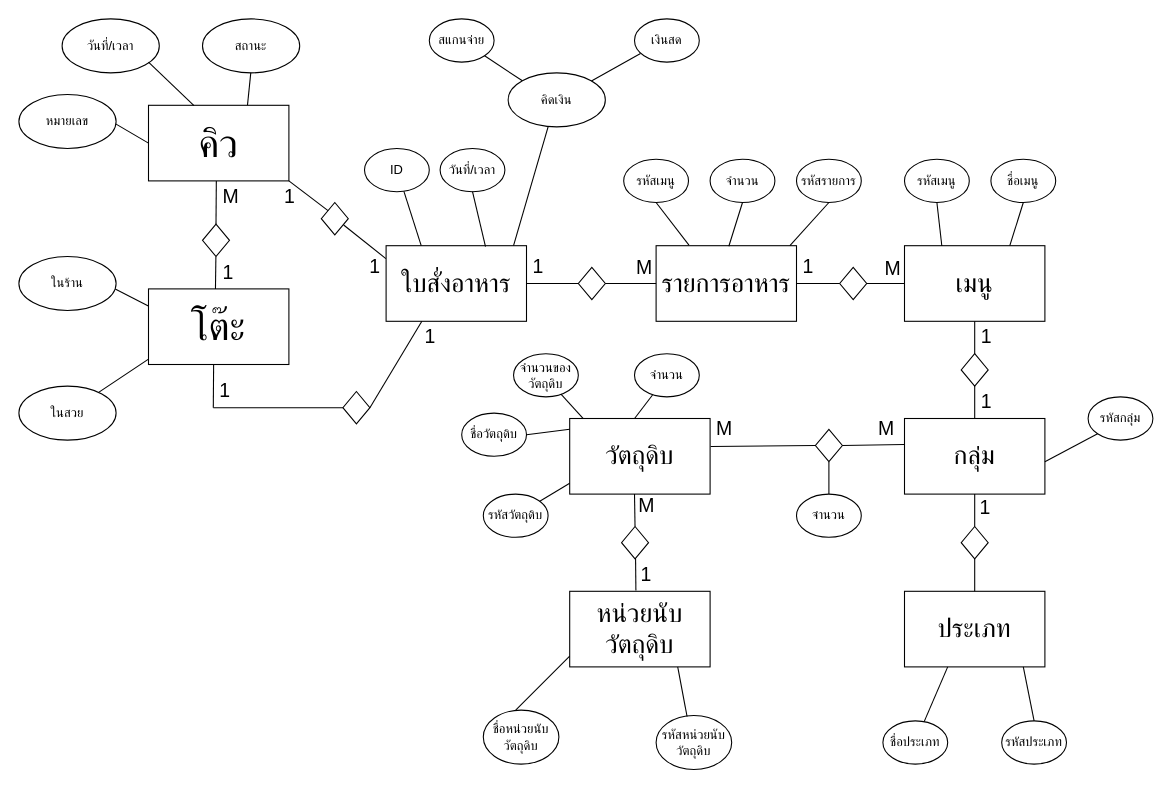
Earlier version of the draw.io diagram แบบแผนที่ยังไม่ได้ตั้งชื่อ.drawio (banthitamakjeen/git-workshop). Source tidied: cells renumbered, new cells numbered last; positions are measured from the earlier drawing's top-left corner, leaving out a move shared by most shapes. Both pictures are drawn from the tidied source at 108%, with x=0, y=0 at pixel (18, 18).
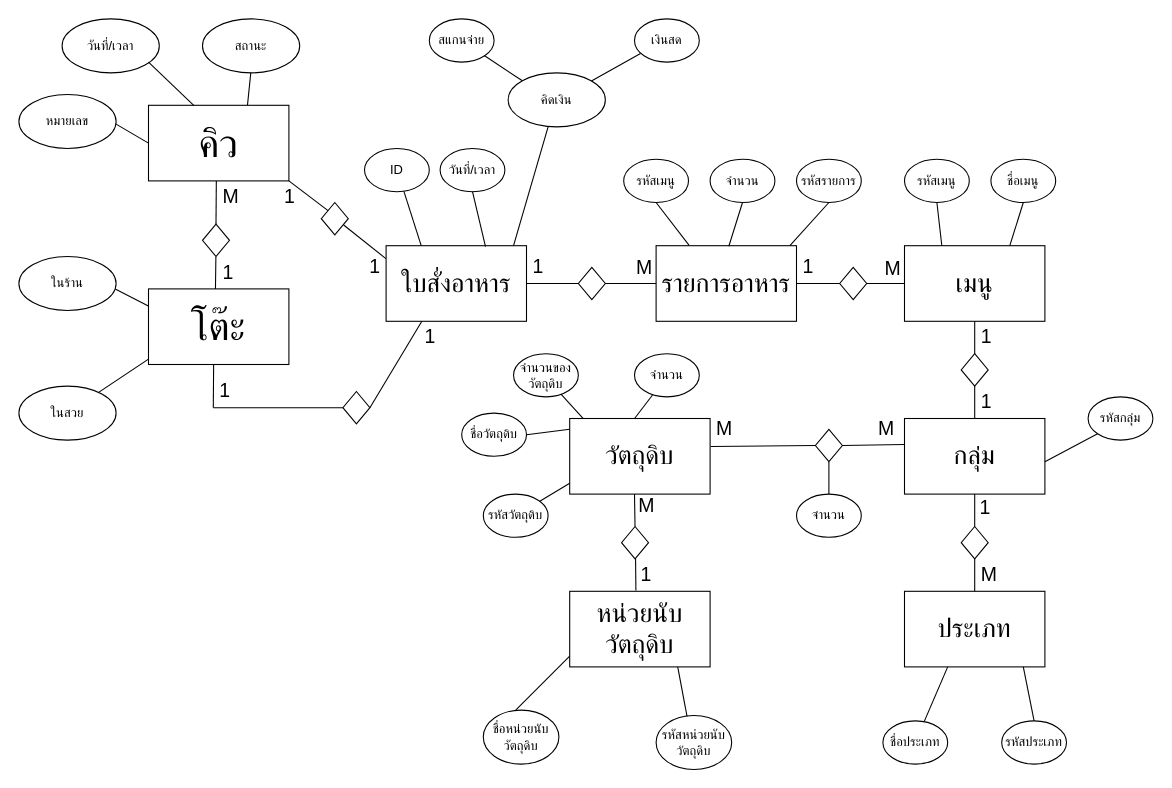
The same page after the edit.

Diff of the diagram source:
```diff
@@
+    <mxCell id="106" value="&lt;font style=&quot;font-size: 18px;&quot;&gt;M&lt;/font&gt;" style="text;strokeColor=none;fillColor=none;align=left;verticalAlign=middle;spacingLeft=4;spacingRight=4;overflow=hidden;whiteSpace=wrap;html=1;" parent="1" vertex="1">
+      <mxGeometry x="885" y="500" width="30" height="30" as="geometry" />
+    </mxCell>
```
